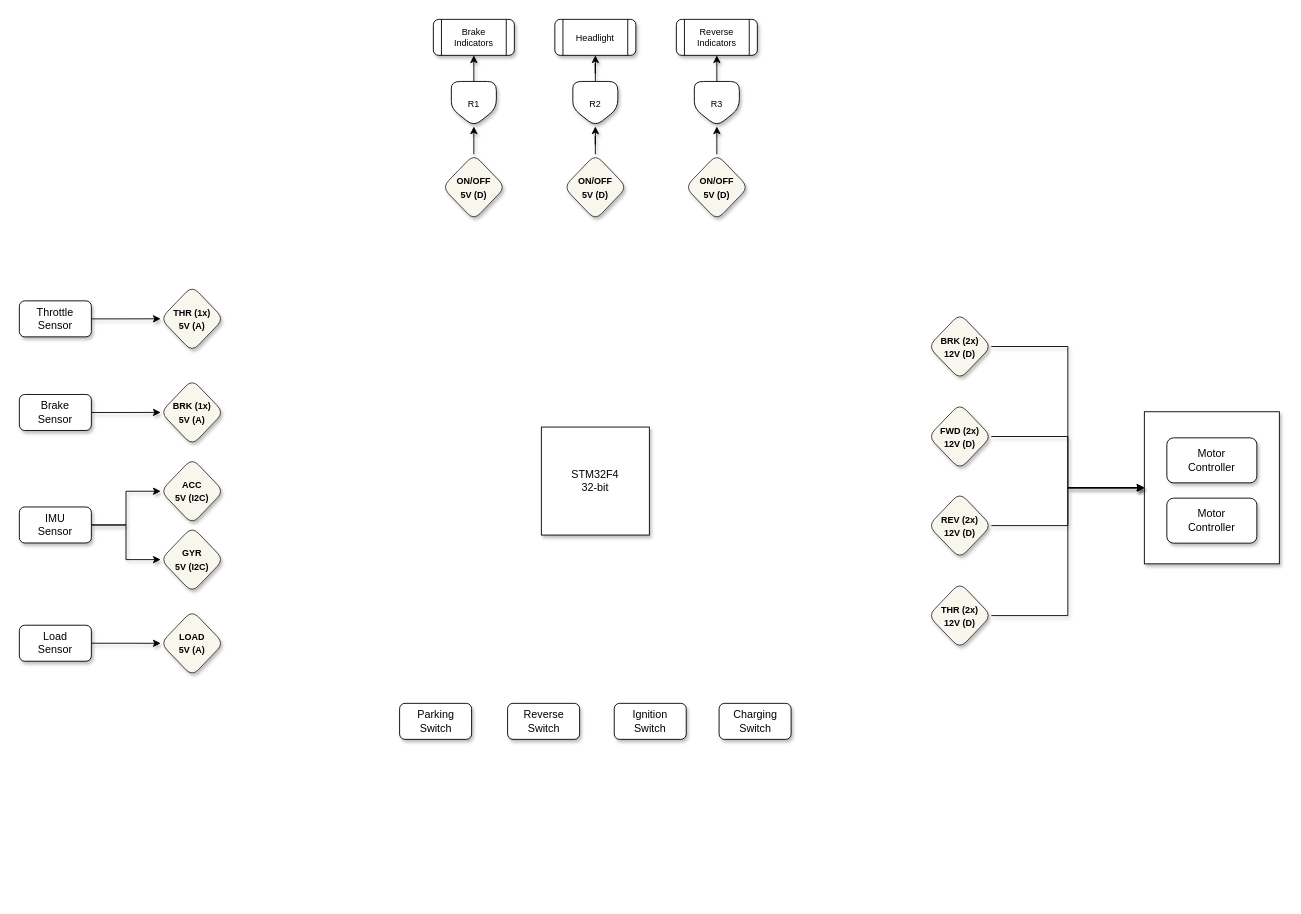
Earlier version of the draw.io diagram ECU.drawio (techvitamins/developer). Source tidied: cells renumbered, new cells numbered last; positions are measured from the earlier drawing's top-left corner, leaving out a move shared by most shapes. Both pictures are drawn from the tidied source at 90%, with x=0, y=0 at pixel (19, 19).
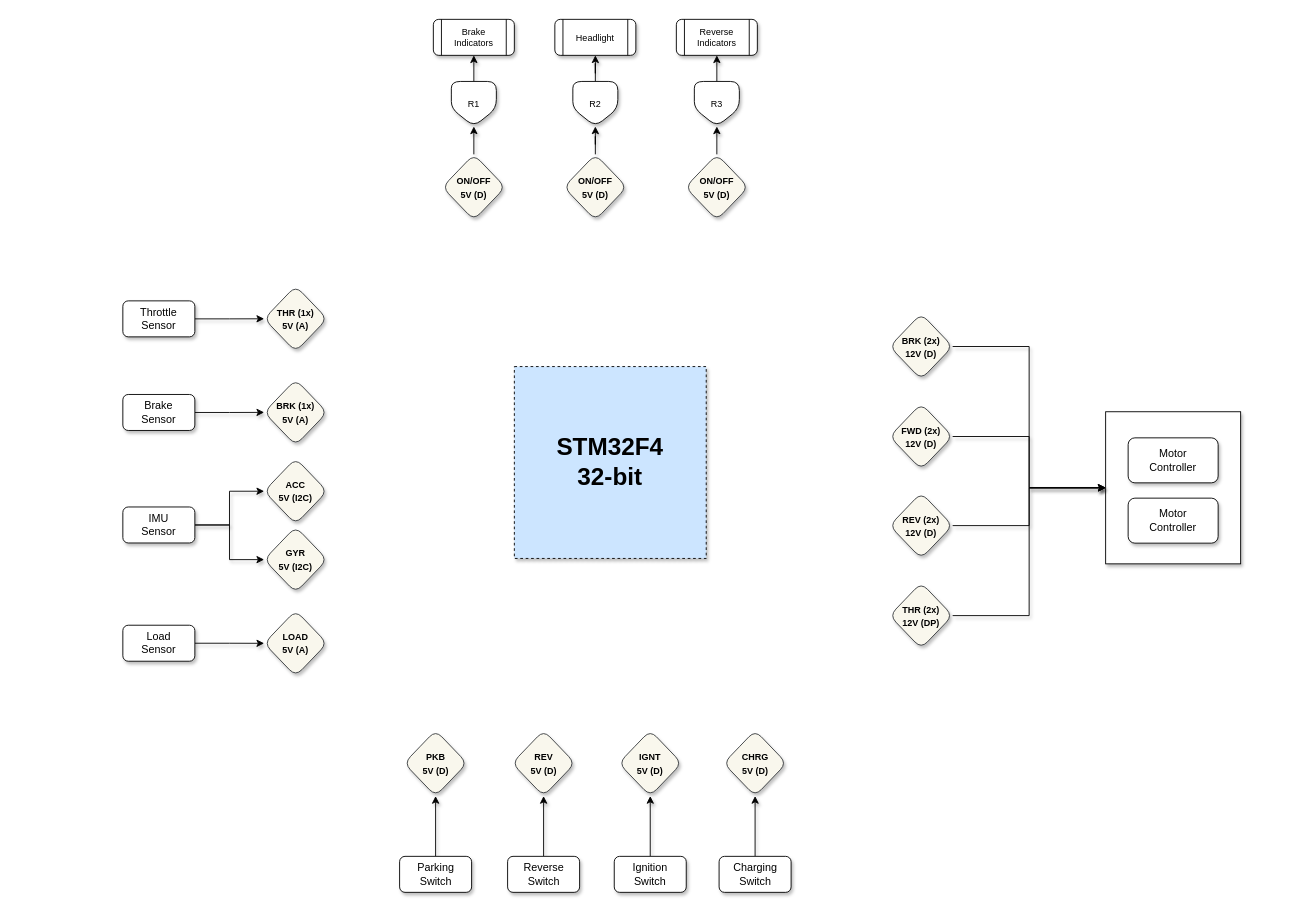
The same diagram, later.

Diff of the diagram source:
```diff
@@
-    <mxCell id="2" value="STM32F4&lt;br&gt;32-bit" style="whiteSpace=wrap;html=1;shadow=1;" parent="1" vertex="1">
-      <mxGeometry x="580" y="453" width="120" height="120" as="geometry" />
+    <mxCell id="2" value="&lt;font style=&quot;font-size: 27px&quot;&gt;&lt;b&gt;STM32F4&lt;br&gt;32-bit&lt;/b&gt;&lt;/font&gt;" style="whiteSpace=wrap;html=1;shadow=1;strokeColor=default;strokeWidth=1;fillColor=#cce5ff;dashed=1;" parent="1" vertex="1">
+      <mxGeometry x="550" y="385.8" width="213.2" height="213.2" as="geometry" />
     </mxCell>
@@
     <mxCell id="4" value="&lt;font style=&quot;font-size: 10px&quot;&gt;&lt;b&gt;BRK (2x)&lt;br&gt;12V (D)&lt;/b&gt;&lt;/font&gt;" style="rhombus;whiteSpace=wrap;html=1;shadow=1;rounded=1;fillColor=#f9f7ed;strokeColor=#36393d;" parent="1" vertex="1">
-      <mxGeometry x="1010" y="327" width="70" height="73" as="geometry" />
+      <mxGeometry x="967" y="327" width="70" height="73" as="geometry" />
     </mxCell>
     <mxCell id="5" style="rounded=0;whiteSpace=wrap;html=1;shadow=1;" parent="1" vertex="1">
-      <mxGeometry x="1250" y="436" width="150" height="169" as="geometry" />
+      <mxGeometry x="1207" y="436" width="150" height="169" as="geometry" />
     </mxCell>
     <mxCell id="6" value="Motor&lt;br&gt;Controller" style="rounded=1;whiteSpace=wrap;html=1;shadow=1;" parent="1" vertex="1">
-      <mxGeometry x="1275" y="465" width="100" height="50" as="geometry" />
+      <mxGeometry x="1232" y="465" width="100" height="50" as="geometry" />
     </mxCell>
     <mxCell id="7" value="Motor&lt;br&gt;Controller" style="rounded=1;whiteSpace=wrap;html=1;shadow=1;" parent="1" vertex="1">
-      <mxGeometry x="1275" y="532" width="100" height="50" as="geometry" />
+      <mxGeometry x="1232" y="532" width="100" height="50" as="geometry" />
     </mxCell>
@@
     <mxCell id="9" value="Brake&lt;br&gt;Sensor" style="rounded=1;whiteSpace=wrap;html=1;shadow=1;" parent="1" vertex="1">
-      <mxGeometry y="416.8" width="80" height="40" as="geometry" />
+      <mxGeometry x="115" y="416.8" width="80" height="40" as="geometry" />
     </mxCell>
@@
     <mxCell id="12" value="IMU&lt;br&gt;Sensor" style="rounded=1;whiteSpace=wrap;html=1;shadow=1;" parent="1" vertex="1">
-      <mxGeometry y="541.8" width="80" height="40" as="geometry" />
+      <mxGeometry x="115" y="541.8" width="80" height="40" as="geometry" />
     </mxCell>
@@
     <mxCell id="14" value="&lt;font style=&quot;font-size: 10px&quot;&gt;&lt;b&gt;FWD (2x)&lt;br&gt;12V (D)&lt;/b&gt;&lt;/font&gt;" style="rhombus;whiteSpace=wrap;html=1;shadow=1;rounded=1;fillColor=#f9f7ed;strokeColor=#36393d;" parent="1" vertex="1">
-      <mxGeometry x="1010" y="427" width="70" height="73" as="geometry" />
+      <mxGeometry x="967" y="427" width="70" height="73" as="geometry" />
     </mxCell>
@@
     <mxCell id="16" value="&lt;font style=&quot;font-size: 10px&quot;&gt;&lt;b&gt;REV (2x)&lt;br&gt;12V (D)&lt;/b&gt;&lt;/font&gt;" style="rhombus;whiteSpace=wrap;html=1;shadow=1;rounded=1;fillColor=#f9f7ed;strokeColor=#36393d;" parent="1" vertex="1">
-      <mxGeometry x="1010" y="526" width="70" height="73" as="geometry" />
+      <mxGeometry x="967" y="526" width="70" height="73" as="geometry" />
     </mxCell>
@@
-    <mxCell id="18" value="&lt;font style=&quot;font-size: 10px&quot;&gt;&lt;b&gt;THR (2x)&lt;br&gt;12V (D)&lt;/b&gt;&lt;/font&gt;" style="rhombus;whiteSpace=wrap;html=1;shadow=1;rounded=1;fillColor=#f9f7ed;strokeColor=#36393d;" parent="1" vertex="1">
-      <mxGeometry x="1010" y="626" width="70" height="73" as="geometry" />
+    <mxCell id="18" value="&lt;font style=&quot;font-size: 10px&quot;&gt;&lt;b&gt;THR (2x)&lt;br&gt;12V (DP)&lt;/b&gt;&lt;/font&gt;" style="rhombus;whiteSpace=wrap;html=1;shadow=1;rounded=1;fillColor=#f9f7ed;strokeColor=#36393d;" parent="1" vertex="1">
+      <mxGeometry x="967" y="626" width="70" height="73" as="geometry" />
     </mxCell>
     <mxCell id="19" value="&lt;font style=&quot;font-size: 10px&quot;&gt;&lt;b&gt;BRK (1x)&lt;br&gt;5V (A)&lt;br&gt;&lt;/b&gt;&lt;/font&gt;" style="rhombus;whiteSpace=wrap;html=1;shadow=1;rounded=1;fillColor=#f9f7ed;strokeColor=#36393d;" parent="1" vertex="1">
-      <mxGeometry x="157" y="400.2" width="70" height="73" as="geometry" />
+      <mxGeometry x="272" y="400.2" width="70" height="73" as="geometry" />
     </mxCell>
     <mxCell id="20" value="&lt;font style=&quot;font-size: 10px&quot;&gt;&lt;b&gt;ACC&lt;br&gt;5V (I2C)&lt;br&gt;&lt;/b&gt;&lt;/font&gt;" style="rhombus;whiteSpace=wrap;html=1;shadow=1;rounded=1;fillColor=#f9f7ed;strokeColor=#36393d;" parent="1" vertex="1">
-      <mxGeometry x="157" y="487.8" width="70" height="73" as="geometry" />
+      <mxGeometry x="272" y="487.8" width="70" height="73" as="geometry" />
     </mxCell>
     <mxCell id="21" value="&lt;font style=&quot;font-size: 10px&quot;&gt;&lt;b&gt;GYR&lt;br&gt;5V (I2C)&lt;br&gt;&lt;/b&gt;&lt;/font&gt;" style="rhombus;whiteSpace=wrap;html=1;shadow=1;rounded=1;fillColor=#f9f7ed;strokeColor=#36393d;" parent="1" vertex="1">
-      <mxGeometry x="157" y="563.8" width="70" height="73" as="geometry" />
+      <mxGeometry x="272" y="563.8" width="70" height="73" as="geometry" />
     </mxCell>
@@
     <mxCell id="23" value="Load&lt;br&gt;Sensor" style="rounded=1;whiteSpace=wrap;html=1;shadow=1;" parent="1" vertex="1">
-      <mxGeometry y="673.2" width="80" height="40" as="geometry" />
+      <mxGeometry x="115" y="673.2" width="80" height="40" as="geometry" />
     </mxCell>
     <mxCell id="24" value="&lt;font style=&quot;font-size: 10px&quot;&gt;&lt;b&gt;LOAD&lt;br&gt;5V (A)&lt;br&gt;&lt;/b&gt;&lt;/font&gt;" style="rhombus;whiteSpace=wrap;html=1;shadow=1;rounded=1;fillColor=#f9f7ed;strokeColor=#36393d;" parent="1" vertex="1">
-      <mxGeometry x="157" y="656.8" width="70" height="73" as="geometry" />
+      <mxGeometry x="272" y="656.8" width="70" height="73" as="geometry" />
     </mxCell>
@@
     <mxCell id="26" value="Throttle&lt;br&gt;Sensor" style="rounded=1;whiteSpace=wrap;html=1;shadow=1;" parent="1" vertex="1">
-      <mxGeometry y="312.8" width="80" height="40" as="geometry" />
+      <mxGeometry x="115" y="312.8" width="80" height="40" as="geometry" />
     </mxCell>
     <mxCell id="27" value="&lt;font style=&quot;font-size: 10px&quot;&gt;&lt;b&gt;THR (1x)&lt;br&gt;5V (A)&lt;br&gt;&lt;/b&gt;&lt;/font&gt;" style="rhombus;whiteSpace=wrap;html=1;shadow=1;rounded=1;fillColor=#f9f7ed;strokeColor=#36393d;" parent="1" vertex="1">
-      <mxGeometry x="157" y="296.2" width="70" height="73" as="geometry" />
+      <mxGeometry x="272" y="296.2" width="70" height="73" as="geometry" />
     </mxCell>
@@
+    <mxCell id="47" style="edgeStyle=orthogonalEdgeStyle;rounded=0;jettySize=auto;html=1;exitX=0.5;exitY=0;exitDx=0;exitDy=0;entryX=0.5;entryY=1;entryDx=0;entryDy=0;shadow=1;fontSize=27;" parent="1" edge="1" source="43" target="51">
+      <mxGeometry relative="1" as="geometry" />
+    </mxCell>
     <mxCell id="43" value="Parking&lt;br&gt;Switch" style="rounded=1;whiteSpace=wrap;html=1;shadow=1;" parent="1" vertex="1">
-      <mxGeometry x="422.5" y="760" width="80" height="40" as="geometry" />
+      <mxGeometry x="422.5" y="930" width="80" height="40" as="geometry" />
     </mxCell>
+    <mxCell id="48" style="edgeStyle=orthogonalEdgeStyle;rounded=0;jettySize=auto;html=1;exitX=0.5;exitY=0;exitDx=0;exitDy=0;entryX=0.5;entryY=1;entryDx=0;entryDy=0;shadow=1;fontSize=27;" parent="1" edge="1" source="44" target="52">
+      <mxGeometry relative="1" as="geometry" />
+    </mxCell>
     <mxCell id="44" value="Reverse&lt;br&gt;Switch" style="rounded=1;whiteSpace=wrap;html=1;shadow=1;" parent="1" vertex="1">
-      <mxGeometry x="542.5" y="760" width="80" height="40" as="geometry" />
+      <mxGeometry x="542.5" y="930" width="80" height="40" as="geometry" />
     </mxCell>
+    <mxCell id="49" style="edgeStyle=orthogonalEdgeStyle;rounded=0;jettySize=auto;html=1;exitX=0.5;exitY=0;exitDx=0;exitDy=0;entryX=0.5;entryY=1;entryDx=0;entryDy=0;shadow=1;fontSize=27;" parent="1" edge="1" source="45" target="54">
+      <mxGeometry relative="1" as="geometry" />
+    </mxCell>
     <mxCell id="45" value="Charging&lt;br&gt;Switch" style="rounded=1;whiteSpace=wrap;html=1;shadow=1;" parent="1" vertex="1">
-      <mxGeometry x="777.5" y="760" width="80" height="40" as="geometry" />
+      <mxGeometry x="777.5" y="930" width="80" height="40" as="geometry" />
     </mxCell>
+    <mxCell id="50" style="edgeStyle=orthogonalEdgeStyle;rounded=0;jettySize=auto;html=1;exitX=0.5;exitY=0;exitDx=0;exitDy=0;entryX=0.5;entryY=1;entryDx=0;entryDy=0;shadow=1;fontSize=27;" parent="1" edge="1" source="46" target="53">
+      <mxGeometry relative="1" as="geometry" />
+    </mxCell>
     <mxCell id="46" value="Ignition&lt;br&gt;Switch" style="rounded=1;whiteSpace=wrap;html=1;shadow=1;" parent="1" vertex="1">
-      <mxGeometry x="661" y="760" width="80" height="40" as="geometry" />
+      <mxGeometry x="661" y="930" width="80" height="40" as="geometry" />
     </mxCell>
+    <mxCell id="51" value="&lt;font style=&quot;font-size: 10px&quot;&gt;&lt;b&gt;PKB&lt;br&gt;5V (D)&lt;br&gt;&lt;/b&gt;&lt;/font&gt;" style="rhombus;whiteSpace=wrap;html=1;shadow=1;rounded=1;fillColor=#f9f7ed;strokeColor=#36393d;" parent="1" vertex="1">
+      <mxGeometry x="427.5" y="790" width="70" height="73" as="geometry" />
+    </mxCell>
+    <mxCell id="52" value="&lt;font style=&quot;font-size: 10px&quot;&gt;&lt;b&gt;REV&lt;br&gt;5V (D)&lt;br&gt;&lt;/b&gt;&lt;/font&gt;" style="rhombus;whiteSpace=wrap;html=1;shadow=1;rounded=1;fillColor=#f9f7ed;strokeColor=#36393d;" parent="1" vertex="1">
+      <mxGeometry x="547.5" y="790" width="70" height="73" as="geometry" />
+    </mxCell>
+    <mxCell id="53" value="&lt;font style=&quot;font-size: 10px&quot;&gt;&lt;b&gt;IGNT&lt;br&gt;5V (D)&lt;br&gt;&lt;/b&gt;&lt;/font&gt;" style="rhombus;whiteSpace=wrap;html=1;shadow=1;rounded=1;fillColor=#f9f7ed;strokeColor=#36393d;" parent="1" vertex="1">
+      <mxGeometry x="666" y="790" width="70" height="73" as="geometry" />
+    </mxCell>
+    <mxCell id="54" value="&lt;font style=&quot;font-size: 10px&quot;&gt;&lt;b&gt;CHRG&lt;br&gt;5V (D)&lt;br&gt;&lt;/b&gt;&lt;/font&gt;" style="rhombus;whiteSpace=wrap;html=1;shadow=1;rounded=1;fillColor=#f9f7ed;strokeColor=#36393d;" parent="1" vertex="1">
+      <mxGeometry x="782.5" y="790" width="70" height="73" as="geometry" />
+    </mxCell>
```
